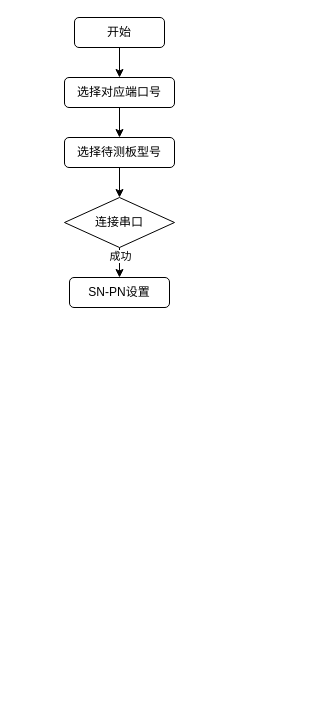
Before: SCU50F工装.drawio in Hanye1108/drawio, a draw.io diagram. Source tidied: cells renumbered, new cells numbered last; positions are measured from the earlier drawing's top-left corner, leaving out a move shared by most shapes. Both pictures are drawn from the tidied source at 100%, with x=0, y=0 at pixel (64, 17).
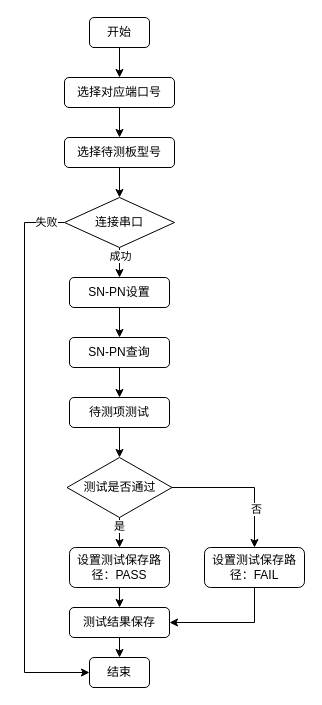
The same diagram, later.

Unchanged cells that the change refers to:
```xml
<mxCell id="6" value="连接串口" style="rhombus;whiteSpace=wrap;html=1;" parent="1" vertex="1">
  <mxGeometry y="180" width="110" height="50" as="geometry" />
</mxCell>
<mxCell id="9" value="SN-PN设置" style="rounded=1;whiteSpace=wrap;html=1;" parent="1" vertex="1">
  <mxGeometry x="5" y="260" width="100" height="30" as="geometry" />
</mxCell>
```

What changed in the source:
```diff
@@
     <mxCell id="3" value="开始" style="rounded=1;whiteSpace=wrap;html=1;" parent="1" vertex="1">
-      <mxGeometry x="10" width="90" height="30" as="geometry" />
+      <mxGeometry x="25" width="60" height="30" as="geometry" />
     </mxCell>
@@
+    <mxCell id="12" style="edgeStyle=orthogonalEdgeStyle;rounded=0;jettySize=auto;html=1;exitX=0;exitY=0.5;exitDx=0;exitDy=0;entryX=0;entryY=0.5;entryDx=0;entryDy=0;" parent="1" edge="1" source="6" target="28">
+      <mxGeometry relative="1" as="geometry">
+        <Array as="points">
+          <mxPoint x="-40" y="205" />
+          <mxPoint x="-40" y="655" />
+        </Array>
+      </mxGeometry>
+    </mxCell>
+    <mxCell id="13" value="失败" style="edgeLabel;html=1;align=center;verticalAlign=middle;" parent="12" vertex="1">
+      <mxGeometry x="-0.93" y="-1" relative="1" as="geometry" />
+    </mxCell>
@@
+    <mxCell id="14" style="edgeStyle=orthogonalEdgeStyle;rounded=0;jettySize=auto;html=1;exitX=0.5;exitY=1;exitDx=0;exitDy=0;entryX=0.5;entryY=0;entryDx=0;entryDy=0;" parent="1" edge="1" source="9" target="16">
+      <mxGeometry relative="1" as="geometry" />
+    </mxCell>
@@
+    <mxCell id="15" style="edgeStyle=orthogonalEdgeStyle;rounded=0;jettySize=auto;html=1;exitX=0.5;exitY=1;exitDx=0;exitDy=0;entryX=0.5;entryY=0;entryDx=0;entryDy=0;" parent="1" edge="1" source="16" target="18">
+      <mxGeometry relative="1" as="geometry" />
+    </mxCell>
+    <mxCell id="16" value="SN-PN查询" style="rounded=1;whiteSpace=wrap;html=1;" parent="1" vertex="1">
+      <mxGeometry x="5" y="320" width="100" height="30" as="geometry" />
+    </mxCell>
+    <mxCell id="17" style="edgeStyle=orthogonalEdgeStyle;rounded=0;jettySize=auto;html=1;exitX=0.5;exitY=1;exitDx=0;exitDy=0;entryX=0.5;entryY=0;entryDx=0;entryDy=0;" parent="1" edge="1" source="18" target="23">
+      <mxGeometry relative="1" as="geometry" />
+    </mxCell>
+    <mxCell id="18" value="待测项测试" style="rounded=1;whiteSpace=wrap;html=1;" parent="1" vertex="1">
+      <mxGeometry x="5" y="380" width="100" height="30" as="geometry" />
+    </mxCell>
+    <mxCell id="19" style="edgeStyle=orthogonalEdgeStyle;rounded=0;jettySize=auto;html=1;exitX=0.5;exitY=1;exitDx=0;exitDy=0;" parent="1" edge="1" source="23" target="25">
+      <mxGeometry relative="1" as="geometry" />
+    </mxCell>
+    <mxCell id="20" value="是" style="edgeLabel;html=1;align=center;verticalAlign=middle;" parent="19" vertex="1">
+      <mxGeometry x="-0.67" y="-1" relative="1" as="geometry" />
+    </mxCell>
+    <mxCell id="21" style="edgeStyle=orthogonalEdgeStyle;rounded=0;jettySize=auto;html=1;exitX=1;exitY=0.5;exitDx=0;exitDy=0;entryX=0.5;entryY=0;entryDx=0;entryDy=0;" parent="1" edge="1" source="23" target="30">
+      <mxGeometry relative="1" as="geometry" />
+    </mxCell>
+    <mxCell id="22" value="否" style="edgeLabel;html=1;align=center;verticalAlign=middle;" parent="21" vertex="1">
+      <mxGeometry x="0.46" y="1" relative="1" as="geometry" />
+    </mxCell>
+    <mxCell id="23" value="测试是否通过" style="rhombus;whiteSpace=wrap;html=1;" parent="1" vertex="1">
+      <mxGeometry x="2.5" y="440" width="105" height="60" as="geometry" />
+    </mxCell>
+    <mxCell id="24" style="edgeStyle=orthogonalEdgeStyle;rounded=0;jettySize=auto;html=1;exitX=0.5;exitY=1;exitDx=0;exitDy=0;entryX=0.5;entryY=0;entryDx=0;entryDy=0;" parent="1" edge="1" source="25" target="27">
+      <mxGeometry relative="1" as="geometry" />
+    </mxCell>
+    <mxCell id="25" value="设置测试保存路径：PASS" style="rounded=1;whiteSpace=wrap;html=1;" parent="1" vertex="1">
+      <mxGeometry x="5" y="530" width="100" height="40" as="geometry" />
+    </mxCell>
+    <mxCell id="26" style="edgeStyle=orthogonalEdgeStyle;rounded=0;jettySize=auto;html=1;exitX=0.5;exitY=1;exitDx=0;exitDy=0;entryX=0.5;entryY=0;entryDx=0;entryDy=0;" parent="1" edge="1" source="27" target="28">
+      <mxGeometry relative="1" as="geometry" />
+    </mxCell>
+    <mxCell id="27" value="测试结果保存" style="rounded=1;whiteSpace=wrap;html=1;" parent="1" vertex="1">
+      <mxGeometry x="5" y="590" width="100" height="30" as="geometry" />
+    </mxCell>
+    <mxCell id="28" value="结束" style="rounded=1;whiteSpace=wrap;html=1;" parent="1" vertex="1">
+      <mxGeometry x="25" y="640" width="60" height="30" as="geometry" />
+    </mxCell>
+    <mxCell id="29" style="edgeStyle=orthogonalEdgeStyle;rounded=0;jettySize=auto;html=1;exitX=0.5;exitY=1;exitDx=0;exitDy=0;entryX=1;entryY=0.5;entryDx=0;entryDy=0;" parent="1" edge="1" source="30" target="27">
+      <mxGeometry relative="1" as="geometry" />
+    </mxCell>
+    <mxCell id="30" value="设置测试保存路径：FAIL" style="rounded=1;whiteSpace=wrap;html=1;" parent="1" vertex="1">
+      <mxGeometry x="140" y="530" width="100" height="40" as="geometry" />
+    </mxCell>
```
